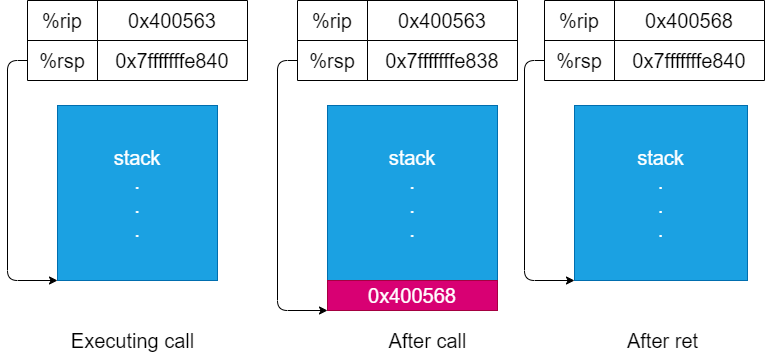
Earlier version of the draw.io export diagram/Illustraction_of_call_and_ret_functions.drawio.png (guijiyang/markdownDoc). Source tidied: cells renumbered, new cells last; positions are measured from the earlier drawing's top-left corner, leaving out a move shared by most shapes.
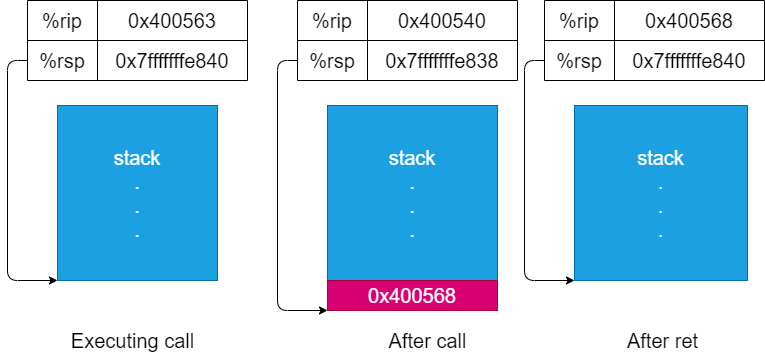
The same file after the commit.

Change to the diagram source:
```diff
@@ -58,7 +58,7 @@
     <mxCell id="16" value="%rip" style="shape=partialRectangle;html=1;whiteSpace=wrap;overflow=hidden;fillColor=none;top=0;left=0;bottom=0;right=0;fontSize=20;" parent="15" vertex="1">
       <mxGeometry width="70" height="40" as="geometry" />
     </mxCell>
-    <mxCell id="17" value="0x400563" style="shape=partialRectangle;html=1;whiteSpace=wrap;overflow=hidden;fillColor=none;top=0;left=0;bottom=0;right=0;fontSize=20;" parent="15" vertex="1">
+    <mxCell id="17" value="0x400540" style="shape=partialRectangle;html=1;whiteSpace=wrap;overflow=hidden;fillColor=none;top=0;left=0;bottom=0;right=0;fontSize=20;" parent="15" vertex="1">
       <mxGeometry x="70" width="150" height="40" as="geometry" />
     </mxCell>
     <mxCell id="18" style="shape=tableRow;horizontal=0;startSize=0;swimlaneHead=0;swimlaneBody=0;top=0;left=0;bottom=0;right=0;fillColor=none;fontSize=20;" parent="14" vertex="1">
```
